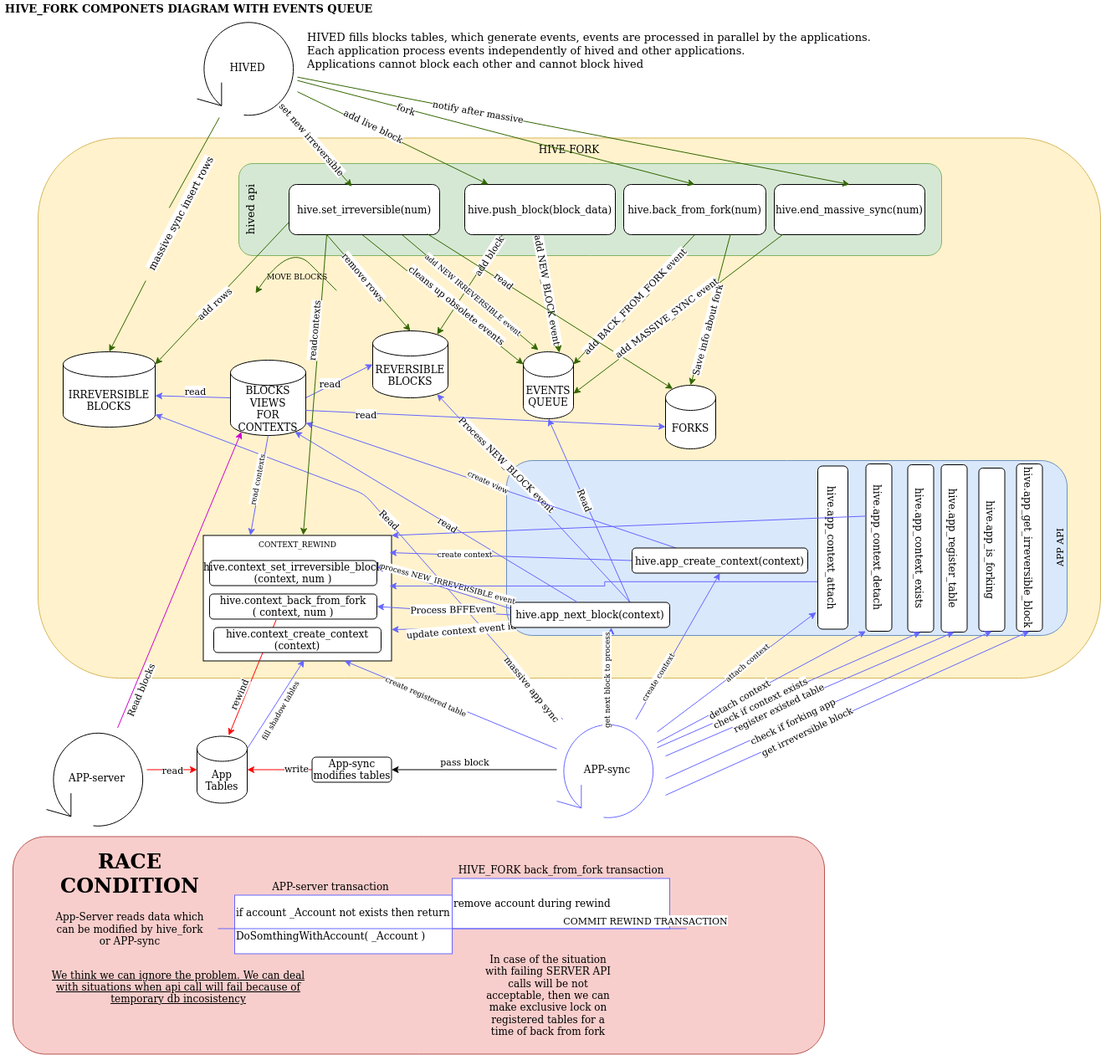
This is src/hive_fork_manager/doc/evq_c3.png from openhive-network/HAfAH, a draw.io export, as it was before one commit. Source tidied: cells renumbered, new cells last; positions are measured from the earlier drawing's top-left corner, leaving out a move shared by most shapes.
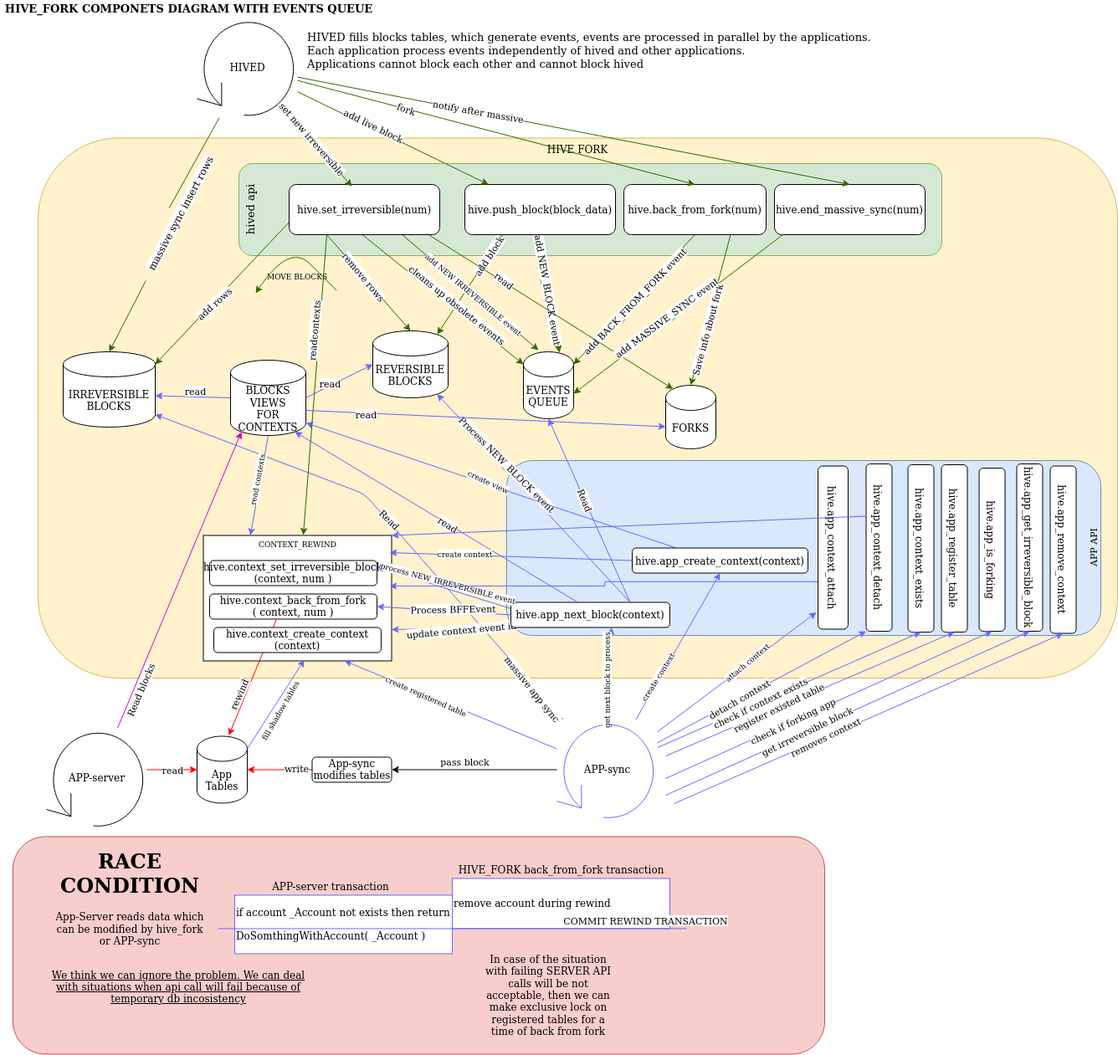
Later version of the same file.

Commit message:
add hive.app_remove_context

The edit, as a diff of the source:
```diff
@@ -3,10 +3,10 @@
     <mxCell id="0" />
     <mxCell id="1" parent="0" />
     <mxCell id="2" value="HIVE FORK" style="rounded=1;whiteSpace=wrap;html=1;strokeColor=#d6b656;align=center;verticalAlign=top;fillColor=#fff2cc;" parent="1" vertex="1">
-      <mxGeometry x="45" y="164.5" width="1270" height="645.5" as="geometry" />
+      <mxGeometry x="45" y="164.5" width="1290" height="645.5" as="geometry" />
     </mxCell>
     <mxCell id="3" value="&lt;div&gt;APP API&lt;br&gt;&lt;/div&gt;" style="rounded=1;whiteSpace=wrap;html=1;labelBackgroundColor=none;fontSize=11;align=center;horizontal=0;verticalAlign=bottom;fillColor=#dae8fc;strokeColor=#6c8ebf;" parent="1" vertex="1">
-      <mxGeometry x="605" y="550" width="670" height="209" as="geometry" />
+      <mxGeometry x="605" y="550" width="710" height="209" as="geometry" />
     </mxCell>
     <mxCell id="4" value="&lt;div&gt;hived api&lt;br&gt;&lt;/div&gt;" style="rounded=1;whiteSpace=wrap;html=1;labelBackgroundColor=none;fontSize=13;align=center;horizontal=0;verticalAlign=top;fillColor=#d5e8d4;strokeColor=#82b366;" parent="1" vertex="1">
       <mxGeometry x="285" y="195" width="840" height="110" as="geometry" />
@@ -505,5 +505,16 @@
     <mxCell id="137" value="get irreversible block" style="edgeLabel;html=1;align=center;verticalAlign=middle;fontColor=#000000;rotation=334;" parent="136" vertex="1">
       <mxGeometry x="-0.22" relative="1" as="geometry" />
     </mxCell>
+    <mxCell id="138" value="&lt;div&gt;hive.app_remove_context&lt;/div&gt;" style="rounded=1;whiteSpace=wrap;html=1;labelBackgroundColor=none;rotation=90;" parent="1" vertex="1">
+      <mxGeometry x="1170" y="641" width="200" height="31" as="geometry" />
+    </mxCell>
+    <mxCell id="139" style="endArrow=classic;html=1;entryX=1;entryY=0.5;entryDx=0;entryDy=0;strokeColor=#6666FF;" parent="1" edge="1" target="138">
+      <mxGeometry relative="1" as="geometry">
+        <mxPoint x="805" y="960" as="sourcePoint" />
+      </mxGeometry>
+    </mxCell>
+    <mxCell id="140" value="removes context" style="edgeLabel;html=1;align=center;verticalAlign=middle;fontColor=#000000;rotation=334;" parent="139" vertex="1">
+      <mxGeometry x="-0.22" relative="1" as="geometry" />
+    </mxCell>
   </root>
 </mxGraphModel>
```
